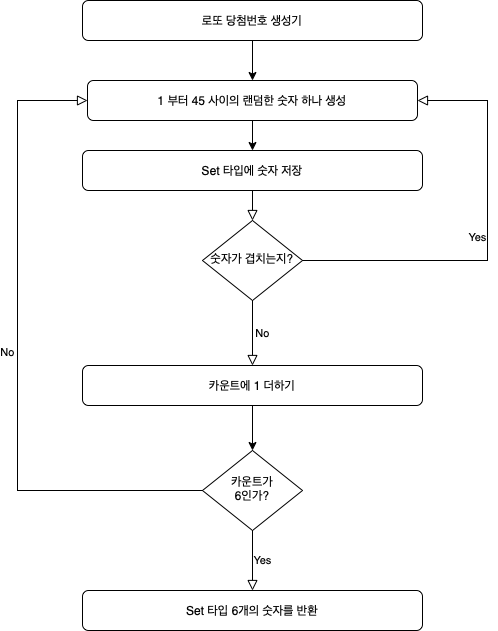
Before: Step_1_FlowChart.png, a diagram exported from draw.io (yagom-academy/swift-starter-Round2). Source tidied: cells renumbered, new cells last; positions are measured from the earlier drawing's top-left corner, leaving out a move shared by most shapes. Its diagram source:
```xml
<mxGraphModel>
  <root>
    <mxCell id="0" />
    <mxCell id="1" parent="0" />
    <mxCell id="2" value="로또 당첨번호 생성기" style="rounded=1;whiteSpace=wrap;html=1;fontSize=12;glass=0;strokeWidth=1;shadow=0;" parent="1" vertex="1">
      <mxGeometry x="65" width="340" height="40" as="geometry" />
    </mxCell>
    <mxCell id="3" style="endArrow=classic;html=1;rounded=0;exitX=0.5;exitY=1;exitDx=0;exitDy=0;entryX=0.5;entryY=0;entryDx=0;entryDy=0;" parent="1" edge="1" source="2">
      <mxGeometry relative="1" as="geometry">
        <mxPoint x="235" y="80" as="targetPoint" />
      </mxGeometry>
    </mxCell>
    <mxCell id="4" value="1 부터 45 사이의 랜덤한 숫자 하나 생성" style="rounded=1;whiteSpace=wrap;html=1;fontSize=12;glass=0;strokeWidth=1;shadow=0;" parent="1" vertex="1">
      <mxGeometry x="70" y="80" width="330" height="40" as="geometry" />
    </mxCell>
    <mxCell id="5" value="Set 타입에 숫자 저장" style="rounded=1;whiteSpace=wrap;html=1;fontSize=12;glass=0;strokeWidth=1;shadow=0;" parent="1" vertex="1">
      <mxGeometry x="65" y="150" width="340" height="40" as="geometry" />
    </mxCell>
    <mxCell id="6" value="숫자가 겹치는지?" style="rhombus;whiteSpace=wrap;html=1;shadow=0;fontFamily=Helvetica;fontSize=12;align=center;strokeWidth=1;spacing=6;spacingTop=-4;" parent="1" vertex="1">
      <mxGeometry x="185" y="220" width="100" height="80" as="geometry" />
    </mxCell>
    <mxCell id="7" value="Yes" style="edgeStyle=orthogonalEdgeStyle;rounded=0;html=1;jettySize=auto;fontSize=11;endArrow=block;endFill=0;endSize=8;strokeWidth=1;shadow=0;labelBackgroundColor=none;entryX=1;entryY=0.5;entryDx=0;entryDy=0;" parent="1" edge="1" source="6" target="4">
      <mxGeometry y="10" relative="1" as="geometry">
        <Array as="points">
          <mxPoint x="470" y="260" />
          <mxPoint x="470" y="100" />
        </Array>
      </mxGeometry>
    </mxCell>
    <mxCell id="8" style="endArrow=classic;html=1;rounded=0;entryX=0.5;entryY=0;entryDx=0;entryDy=0;" parent="1" edge="1" target="5">
      <mxGeometry relative="1" as="geometry">
        <mxPoint x="235" y="120" as="sourcePoint" />
      </mxGeometry>
    </mxCell>
    <mxCell id="9" style="rounded=0;html=1;jettySize=auto;fontSize=11;endArrow=block;endFill=0;endSize=8;strokeWidth=1;shadow=0;labelBackgroundColor=none;edgeStyle=orthogonalEdgeStyle;exitX=0.5;exitY=1;exitDx=0;exitDy=0;" parent="1" edge="1" source="5">
      <mxGeometry x="0.33" y="20" relative="1" as="geometry">
        <mxPoint x="235" y="220" as="targetPoint" />
      </mxGeometry>
    </mxCell>
    <mxCell id="10" value="카운트에 1 더하기" style="rounded=1;whiteSpace=wrap;html=1;fontSize=12;glass=0;strokeWidth=1;shadow=0;" parent="1" vertex="1">
      <mxGeometry x="65" y="365" width="340" height="40" as="geometry" />
    </mxCell>
    <mxCell id="11" value="No" style="edgeStyle=orthogonalEdgeStyle;rounded=0;html=1;jettySize=auto;fontSize=11;endArrow=block;endFill=0;endSize=8;strokeWidth=1;shadow=0;labelBackgroundColor=none;entryX=0.5;entryY=0;entryDx=0;entryDy=0;exitX=0.5;exitY=1;exitDx=0;exitDy=0;" parent="1" edge="1" source="6" target="10">
      <mxGeometry y="10" relative="1" as="geometry">
        <Array as="points">
          <mxPoint x="235" y="320" />
          <mxPoint x="235" y="320" />
        </Array>
      </mxGeometry>
    </mxCell>
    <mxCell id="12" value="카운트가&lt;br&gt;6인가?" style="rhombus;whiteSpace=wrap;html=1;shadow=0;fontFamily=Helvetica;fontSize=12;align=center;strokeWidth=1;spacing=6;spacingTop=-4;" parent="1" vertex="1">
      <mxGeometry x="185" y="450" width="100" height="80" as="geometry" />
    </mxCell>
    <mxCell id="13" value="Yes" style="edgeStyle=orthogonalEdgeStyle;rounded=0;html=1;jettySize=auto;fontSize=11;endArrow=block;endFill=0;endSize=8;strokeWidth=1;shadow=0;labelBackgroundColor=none;exitX=0.5;exitY=1;exitDx=0;exitDy=0;" parent="1" edge="1" source="12">
      <mxGeometry y="10" relative="1" as="geometry">
        <mxPoint x="235" y="590" as="targetPoint" />
        <Array as="points">
          <mxPoint x="235" y="540" />
          <mxPoint x="235" y="540" />
        </Array>
      </mxGeometry>
    </mxCell>
    <mxCell id="14" value="Set 타입 6개의 숫자를 반환" style="rounded=1;whiteSpace=wrap;html=1;fontSize=12;glass=0;strokeWidth=1;shadow=0;" parent="1" vertex="1">
      <mxGeometry x="65" y="590" width="340" height="40" as="geometry" />
    </mxCell>
    <mxCell id="15" style="endArrow=classic;html=1;rounded=0;exitX=0.5;exitY=1;exitDx=0;exitDy=0;entryX=0.5;entryY=0;entryDx=0;entryDy=0;" parent="1" edge="1" source="10" target="12">
      <mxGeometry relative="1" as="geometry" />
    </mxCell>
    <mxCell id="16" value="No" style="edgeStyle=orthogonalEdgeStyle;rounded=0;html=1;jettySize=auto;fontSize=11;endArrow=block;endFill=0;endSize=8;strokeWidth=1;shadow=0;labelBackgroundColor=none;exitX=0;exitY=0.5;exitDx=0;exitDy=0;entryX=0;entryY=0.5;entryDx=0;entryDy=0;" parent="1" edge="1" source="12" target="4">
      <mxGeometry y="10" relative="1" as="geometry">
        <Array as="points">
          <mxPoint y="490" />
          <mxPoint y="100" />
        </Array>
      </mxGeometry>
    </mxCell>
  </root>
</mxGraphModel>
```
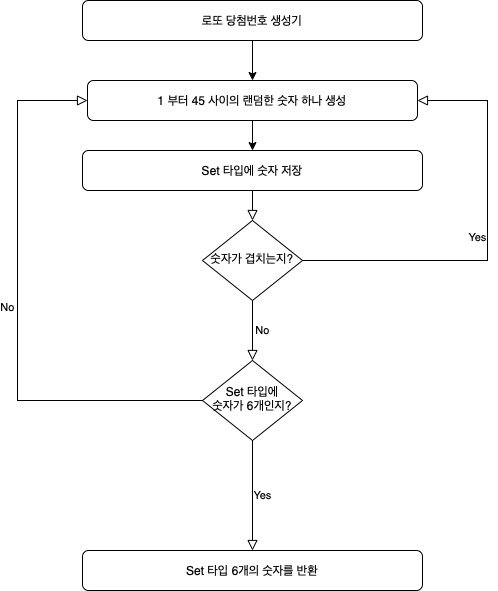
After the change.

Commit message:
docs: Step 1 순서도 수정

What changed in the source:
```diff
@@ -37,23 +37,15 @@
         <mxPoint x="235" y="220" as="targetPoint" />
       </mxGeometry>
     </mxCell>
-    <mxCell id="10" value="카운트에 1 더하기" style="rounded=1;whiteSpace=wrap;html=1;fontSize=12;glass=0;strokeWidth=1;shadow=0;" parent="1" vertex="1">
-      <mxGeometry x="65" y="365" width="340" height="40" as="geometry" />
-    </mxCell>
-    <mxCell id="11" value="No" style="edgeStyle=orthogonalEdgeStyle;rounded=0;html=1;jettySize=auto;fontSize=11;endArrow=block;endFill=0;endSize=8;strokeWidth=1;shadow=0;labelBackgroundColor=none;entryX=0.5;entryY=0;entryDx=0;entryDy=0;exitX=0.5;exitY=1;exitDx=0;exitDy=0;" parent="1" edge="1" source="6" target="10">
-      <mxGeometry y="10" relative="1" as="geometry">
-        <Array as="points">
-          <mxPoint x="235" y="320" />
-          <mxPoint x="235" y="320" />
-        </Array>
-      </mxGeometry>
+    <mxCell id="11" value="No" style="edgeStyle=orthogonalEdgeStyle;rounded=0;html=1;jettySize=auto;fontSize=11;endArrow=block;endFill=0;endSize=8;strokeWidth=1;shadow=0;labelBackgroundColor=none;entryX=0.5;entryY=0;entryDx=0;entryDy=0;exitX=0.5;exitY=1;exitDx=0;exitDy=0;" parent="1" edge="1" source="6" target="12">
+      <mxGeometry y="10" relative="1" as="geometry" />
     </mxCell>
-    <mxCell id="12" value="카운트가&lt;br&gt;6인가?" style="rhombus;whiteSpace=wrap;html=1;shadow=0;fontFamily=Helvetica;fontSize=12;align=center;strokeWidth=1;spacing=6;spacingTop=-4;" parent="1" vertex="1">
-      <mxGeometry x="185" y="450" width="100" height="80" as="geometry" />
+    <mxCell id="12" value="Set 타입에&lt;br&gt;숫자가 6개인지?" style="rhombus;whiteSpace=wrap;html=1;shadow=0;fontFamily=Helvetica;fontSize=12;align=center;strokeWidth=1;spacing=6;spacingTop=-4;" parent="1" vertex="1">
+      <mxGeometry x="185" y="360" width="100" height="80" as="geometry" />
     </mxCell>
     <mxCell id="13" value="Yes" style="edgeStyle=orthogonalEdgeStyle;rounded=0;html=1;jettySize=auto;fontSize=11;endArrow=block;endFill=0;endSize=8;strokeWidth=1;shadow=0;labelBackgroundColor=none;exitX=0.5;exitY=1;exitDx=0;exitDy=0;" parent="1" edge="1" source="12">
       <mxGeometry y="10" relative="1" as="geometry">
-        <mxPoint x="235" y="590" as="targetPoint" />
+        <mxPoint x="235" y="550" as="targetPoint" />
         <Array as="points">
           <mxPoint x="235" y="540" />
           <mxPoint x="235" y="540" />
@@ -61,15 +53,12 @@
       </mxGeometry>
     </mxCell>
     <mxCell id="14" value="Set 타입 6개의 숫자를 반환" style="rounded=1;whiteSpace=wrap;html=1;fontSize=12;glass=0;strokeWidth=1;shadow=0;" parent="1" vertex="1">
-      <mxGeometry x="65" y="590" width="340" height="40" as="geometry" />
+      <mxGeometry x="65" y="550" width="340" height="40" as="geometry" />
     </mxCell>
-    <mxCell id="15" style="endArrow=classic;html=1;rounded=0;exitX=0.5;exitY=1;exitDx=0;exitDy=0;entryX=0.5;entryY=0;entryDx=0;entryDy=0;" parent="1" edge="1" source="10" target="12">
-      <mxGeometry relative="1" as="geometry" />
-    </mxCell>
     <mxCell id="16" value="No" style="edgeStyle=orthogonalEdgeStyle;rounded=0;html=1;jettySize=auto;fontSize=11;endArrow=block;endFill=0;endSize=8;strokeWidth=1;shadow=0;labelBackgroundColor=none;exitX=0;exitY=0.5;exitDx=0;exitDy=0;entryX=0;entryY=0.5;entryDx=0;entryDy=0;" parent="1" edge="1" source="12" target="4">
       <mxGeometry y="10" relative="1" as="geometry">
         <Array as="points">
-          <mxPoint y="490" />
+          <mxPoint y="400" />
           <mxPoint y="100" />
         </Array>
       </mxGeometry>
```
